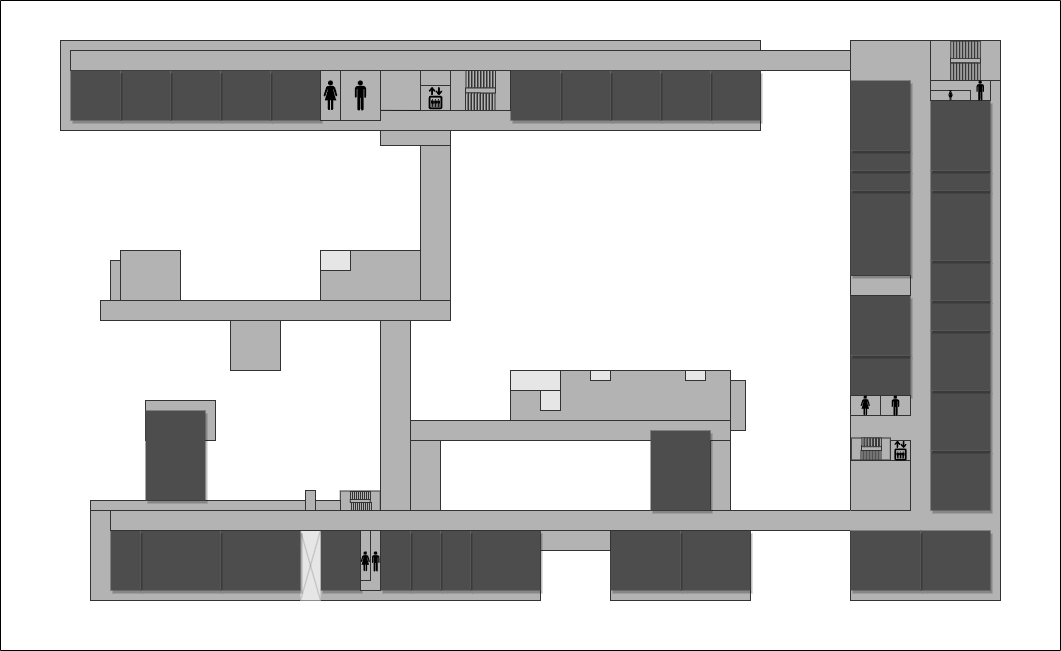
The draw.io diagram src/ask_map/images/4F.drawio.png in OMEGA-himajin/ask-map, before a commit. Source tidied: cells renumbered, new cells last; positions are measured from the earlier drawing's top-left corner, leaving out a move shared by most shapes.
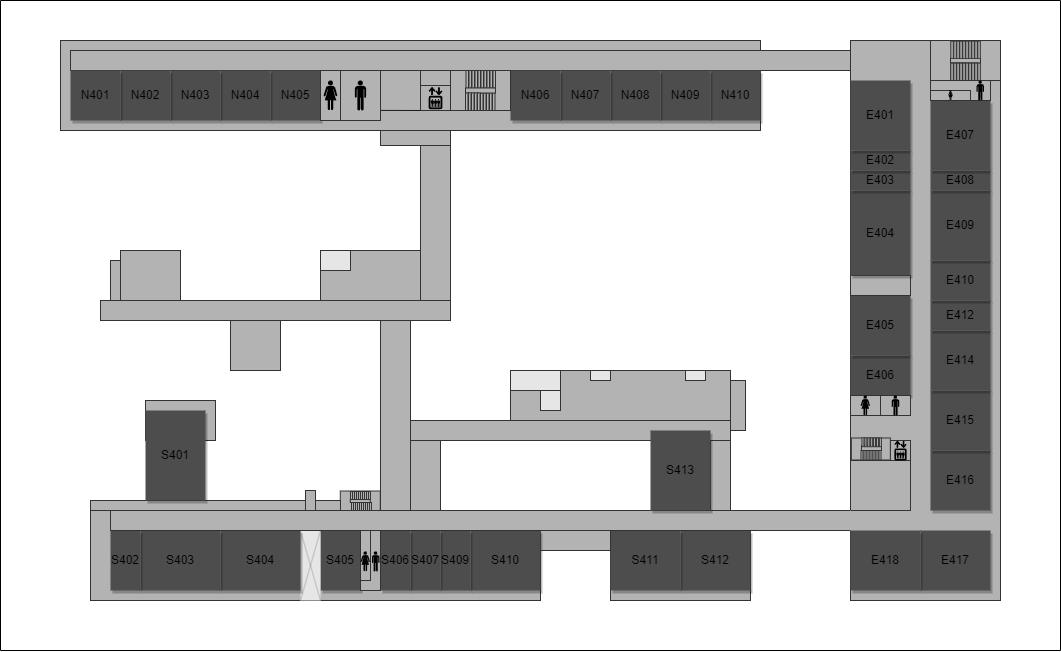
After the change.

Change to the diagram source:
```diff
@@ -41,58 +41,58 @@
     <mxCell id="14" style="rounded=0;whiteSpace=wrap;html=1;strokeColor=#333333;fillColor=#B3B3B3;" parent="1" vertex="1">
       <mxGeometry x="850" y="40" width="150" height="560" as="geometry" />
     </mxCell>
-    <mxCell id="15" style="rounded=0;whiteSpace=wrap;html=1;fillColor=#4D4D4D;strokeColor=none;shadow=1;" parent="1" vertex="1">
+    <mxCell id="15" value="E417" style="rounded=0;whiteSpace=wrap;html=1;fillColor=#4D4D4D;strokeColor=none;shadow=1;" parent="1" vertex="1">
       <mxGeometry x="920" y="530" width="70" height="60" as="geometry" />
     </mxCell>
-    <mxCell id="16" style="rounded=0;whiteSpace=wrap;html=1;fillColor=#4D4D4D;strokeColor=none;shadow=1;" parent="1" vertex="1">
+    <mxCell id="16" value="E418" style="rounded=0;whiteSpace=wrap;html=1;fillColor=#4D4D4D;strokeColor=none;shadow=1;" parent="1" vertex="1">
       <mxGeometry x="850" y="530" width="70" height="60" as="geometry" />
     </mxCell>
-    <mxCell id="17" style="rounded=0;whiteSpace=wrap;html=1;fillColor=#4D4D4D;strokeColor=none;shadow=1;" parent="1" vertex="1">
+    <mxCell id="17" value="E406" style="rounded=0;whiteSpace=wrap;html=1;fillColor=#4D4D4D;strokeColor=none;shadow=1;" parent="1" vertex="1">
       <mxGeometry x="850" y="355" width="60" height="40" as="geometry" />
     </mxCell>
-    <mxCell id="18" style="rounded=0;whiteSpace=wrap;html=1;fillColor=#4D4D4D;strokeColor=none;shadow=1;" parent="1" vertex="1">
+    <mxCell id="18" value="E416" style="rounded=0;whiteSpace=wrap;html=1;fillColor=#4D4D4D;strokeColor=none;shadow=1;" parent="1" vertex="1">
       <mxGeometry x="930" y="450" width="60" height="60" as="geometry" />
     </mxCell>
     <mxCell id="19" style="rounded=0;whiteSpace=wrap;html=1;strokeColor=#333333;fillColor=#B3B3B3;" parent="1" vertex="1">
       <mxGeometry x="850" y="460" width="60" height="50" as="geometry" />
     </mxCell>
-    <mxCell id="20" style="rounded=0;whiteSpace=wrap;html=1;fillColor=#4D4D4D;strokeColor=none;shadow=1;" parent="1" vertex="1">
+    <mxCell id="20" value="E415" style="rounded=0;whiteSpace=wrap;html=1;fillColor=#4D4D4D;strokeColor=none;shadow=1;" parent="1" vertex="1">
       <mxGeometry x="930" y="390" width="60" height="60" as="geometry" />
     </mxCell>
-    <mxCell id="21" style="rounded=0;whiteSpace=wrap;html=1;fillColor=#4D4D4D;strokeColor=none;shadow=1;" parent="1" vertex="1">
+    <mxCell id="21" value="E414" style="rounded=0;whiteSpace=wrap;html=1;fillColor=#4D4D4D;strokeColor=none;shadow=1;" parent="1" vertex="1">
       <mxGeometry x="930" y="330" width="60" height="60" as="geometry" />
     </mxCell>
-    <mxCell id="22" style="rounded=0;whiteSpace=wrap;html=1;fillColor=#4D4D4D;strokeColor=none;shadow=1;" parent="1" vertex="1">
+    <mxCell id="22" value="E405" style="rounded=0;whiteSpace=wrap;html=1;fillColor=#4D4D4D;strokeColor=none;shadow=1;" parent="1" vertex="1">
       <mxGeometry x="850" y="295" width="60" height="60" as="geometry" />
     </mxCell>
-    <mxCell id="23" style="rounded=0;whiteSpace=wrap;html=1;fillColor=#4D4D4D;strokeColor=none;shadow=1;" parent="1" vertex="1">
+    <mxCell id="23" value="E412" style="rounded=0;whiteSpace=wrap;html=1;fillColor=#4D4D4D;strokeColor=none;shadow=1;" parent="1" vertex="1">
       <mxGeometry x="930" y="300" width="60" height="30" as="geometry" />
     </mxCell>
     <mxCell id="24" style="rounded=0;whiteSpace=wrap;html=1;strokeColor=#333333;fillColor=#B3B3B3;" parent="1" vertex="1">
       <mxGeometry x="850" y="275" width="60" height="20" as="geometry" />
     </mxCell>
-    <mxCell id="25" style="rounded=0;whiteSpace=wrap;html=1;fillColor=#4D4D4D;strokeColor=none;shadow=1;" parent="1" vertex="1">
+    <mxCell id="25" value="E410" style="rounded=0;whiteSpace=wrap;html=1;fillColor=#4D4D4D;strokeColor=none;shadow=1;" parent="1" vertex="1">
       <mxGeometry x="930" y="260" width="60" height="40" as="geometry" />
     </mxCell>
-    <mxCell id="26" style="rounded=0;whiteSpace=wrap;html=1;fillColor=#4D4D4D;strokeColor=none;shadow=1;" parent="1" vertex="1">
+    <mxCell id="26" value="E404" style="rounded=0;whiteSpace=wrap;html=1;fillColor=#4D4D4D;strokeColor=none;shadow=1;" parent="1" vertex="1">
       <mxGeometry x="850" y="190" width="60" height="85" as="geometry" />
     </mxCell>
-    <mxCell id="27" style="rounded=0;whiteSpace=wrap;html=1;fillColor=#4D4D4D;strokeColor=none;shadow=1;" parent="1" vertex="1">
+    <mxCell id="27" value="E403" style="rounded=0;whiteSpace=wrap;html=1;fillColor=#4D4D4D;strokeColor=none;shadow=1;" parent="1" vertex="1">
       <mxGeometry x="850" y="170" width="60" height="20" as="geometry" />
     </mxCell>
-    <mxCell id="28" style="rounded=0;whiteSpace=wrap;html=1;fillColor=#4D4D4D;strokeColor=none;shadow=1;" parent="1" vertex="1">
+    <mxCell id="28" value="E402" style="rounded=0;whiteSpace=wrap;html=1;fillColor=#4D4D4D;strokeColor=none;shadow=1;" parent="1" vertex="1">
       <mxGeometry x="850" y="150" width="60" height="20" as="geometry" />
     </mxCell>
-    <mxCell id="29" style="rounded=0;whiteSpace=wrap;html=1;fillColor=#4D4D4D;strokeColor=none;shadow=1;direction=south;" parent="1" vertex="1">
+    <mxCell id="29" value="E409" style="rounded=0;whiteSpace=wrap;html=1;fillColor=#4D4D4D;strokeColor=none;shadow=1;direction=south;" parent="1" vertex="1">
       <mxGeometry x="930" y="190" width="60" height="70" as="geometry" />
     </mxCell>
-    <mxCell id="30" style="rounded=0;whiteSpace=wrap;html=1;fillColor=#4D4D4D;strokeColor=none;shadow=1;" parent="1" vertex="1">
+    <mxCell id="30" value="E408" style="rounded=0;whiteSpace=wrap;html=1;fillColor=#4D4D4D;strokeColor=none;shadow=1;" parent="1" vertex="1">
       <mxGeometry x="930" y="170" width="60" height="20" as="geometry" />
     </mxCell>
-    <mxCell id="31" style="rounded=0;whiteSpace=wrap;html=1;fillColor=#4D4D4D;strokeColor=none;shadow=1;" parent="1" vertex="1">
+    <mxCell id="31" value="E407" style="rounded=0;whiteSpace=wrap;html=1;fillColor=#4D4D4D;strokeColor=none;shadow=1;" parent="1" vertex="1">
       <mxGeometry x="930" y="100" width="60" height="70" as="geometry" />
     </mxCell>
-    <mxCell id="32" style="rounded=0;whiteSpace=wrap;html=1;fillColor=#4D4D4D;strokeColor=none;shadow=1;" parent="1" vertex="1">
+    <mxCell id="32" value="E401" style="rounded=0;whiteSpace=wrap;html=1;fillColor=#4D4D4D;strokeColor=none;shadow=1;" parent="1" vertex="1">
       <mxGeometry x="850" y="80" width="60" height="70" as="geometry" />
     </mxCell>
     <mxCell id="33" style="rounded=0;whiteSpace=wrap;html=1;strokeColor=#333333;fillColor=#B3B3B3;" parent="1" vertex="1">
@@ -104,10 +104,10 @@
     <mxCell id="35" style="rounded=0;whiteSpace=wrap;html=1;strokeColor=#333333;fillColor=#B3B3B3;" parent="1" vertex="1">
       <mxGeometry x="610" y="530" width="140" height="70" as="geometry" />
     </mxCell>
-    <mxCell id="36" style="rounded=0;whiteSpace=wrap;html=1;fillColor=#4D4D4D;strokeColor=none;shadow=1;" parent="1" vertex="1">
+    <mxCell id="36" value="S412" style="rounded=0;whiteSpace=wrap;html=1;fillColor=#4D4D4D;strokeColor=none;shadow=1;" parent="1" vertex="1">
       <mxGeometry x="680" y="530" width="70" height="60" as="geometry" />
     </mxCell>
-    <mxCell id="37" style="rounded=0;whiteSpace=wrap;html=1;fillColor=#4D4D4D;strokeColor=none;shadow=1;" parent="1" vertex="1">
+    <mxCell id="37" value="S411" style="rounded=0;whiteSpace=wrap;html=1;fillColor=#4D4D4D;strokeColor=none;shadow=1;" parent="1" vertex="1">
       <mxGeometry x="610" y="530" width="70" height="60" as="geometry" />
     </mxCell>
     <mxCell id="38" style="rounded=0;whiteSpace=wrap;html=1;strokeColor=#333333;fillColor=#B3B3B3;" parent="1" vertex="1">
@@ -116,19 +116,19 @@
     <mxCell id="39" style="rounded=0;whiteSpace=wrap;html=1;strokeColor=#333333;fillColor=#B3B3B3;" parent="1" vertex="1">
       <mxGeometry x="90" y="510" width="450" height="90" as="geometry" />
     </mxCell>
-    <mxCell id="40" style="rounded=0;whiteSpace=wrap;html=1;fillColor=#4D4D4D;strokeColor=none;shadow=1;" parent="1" vertex="1">
+    <mxCell id="40" value="S410" style="rounded=0;whiteSpace=wrap;html=1;fillColor=#4D4D4D;strokeColor=none;shadow=1;" parent="1" vertex="1">
       <mxGeometry x="470" y="530" width="70" height="60" as="geometry" />
     </mxCell>
-    <mxCell id="41" style="rounded=0;whiteSpace=wrap;html=1;fillColor=#4D4D4D;strokeColor=none;shadow=1;" parent="1" vertex="1">
+    <mxCell id="41" value="S409" style="rounded=0;whiteSpace=wrap;html=1;fillColor=#4D4D4D;strokeColor=none;shadow=1;" parent="1" vertex="1">
       <mxGeometry x="440" y="530" width="30" height="60" as="geometry" />
     </mxCell>
-    <mxCell id="42" style="rounded=0;whiteSpace=wrap;html=1;fillColor=#4D4D4D;strokeColor=none;shadow=1;" parent="1" vertex="1">
+    <mxCell id="42" value="S407" style="rounded=0;whiteSpace=wrap;html=1;fillColor=#4D4D4D;strokeColor=none;shadow=1;" parent="1" vertex="1">
       <mxGeometry x="410" y="530" width="30" height="60" as="geometry" />
     </mxCell>
-    <mxCell id="43" style="rounded=0;whiteSpace=wrap;html=1;fillColor=#4D4D4D;strokeColor=none;shadow=1;" parent="1" vertex="1">
+    <mxCell id="43" value="S406" style="rounded=0;whiteSpace=wrap;html=1;fillColor=#4D4D4D;strokeColor=none;shadow=1;" parent="1" vertex="1">
       <mxGeometry x="380" y="530" width="30" height="60" as="geometry" />
     </mxCell>
-    <mxCell id="44" style="rounded=0;whiteSpace=wrap;html=1;fillColor=#4D4D4D;strokeColor=none;shadow=1;" parent="1" vertex="1">
+    <mxCell id="44" value="S405" style="rounded=0;whiteSpace=wrap;html=1;fillColor=#4D4D4D;strokeColor=none;shadow=1;" parent="1" vertex="1">
       <mxGeometry x="320" y="530" width="40" height="60" as="geometry" />
     </mxCell>
     <mxCell id="45" style="rounded=0;whiteSpace=wrap;html=1;strokeColor=none;fillColor=#E6E6E6;" parent="1" vertex="1">
@@ -140,13 +140,13 @@
     <mxCell id="47" style="endArrow=none;html=1;rounded=0;entryX=1;entryY=0;entryDx=0;entryDy=0;exitX=0;exitY=1;exitDx=0;exitDy=0;strokeColor=#4D4D4D;strokeWidth=0.3;" parent="1" edge="1" source="45" target="45">
       <mxGeometry relative="1" as="geometry" />
     </mxCell>
-    <mxCell id="48" style="rounded=0;whiteSpace=wrap;html=1;fillColor=#4D4D4D;strokeColor=none;shadow=1;" parent="1" vertex="1">
+    <mxCell id="48" value="S404" style="rounded=0;whiteSpace=wrap;html=1;fillColor=#4D4D4D;strokeColor=none;shadow=1;" parent="1" vertex="1">
       <mxGeometry x="220" y="530" width="80" height="60" as="geometry" />
     </mxCell>
-    <mxCell id="49" style="rounded=0;whiteSpace=wrap;html=1;fillColor=#4D4D4D;strokeColor=none;shadow=1;" parent="1" vertex="1">
+    <mxCell id="49" value="S403" style="rounded=0;whiteSpace=wrap;html=1;fillColor=#4D4D4D;strokeColor=none;shadow=1;" parent="1" vertex="1">
       <mxGeometry x="140" y="530" width="80" height="60" as="geometry" />
     </mxCell>
-    <mxCell id="50" style="rounded=0;whiteSpace=wrap;html=1;fillColor=#4D4D4D;strokeColor=none;shadow=1;" parent="1" vertex="1">
+    <mxCell id="50" value="S402" style="rounded=0;whiteSpace=wrap;html=1;fillColor=#4D4D4D;strokeColor=none;shadow=1;" parent="1" vertex="1">
       <mxGeometry x="110" y="530" width="30" height="60" as="geometry" />
     </mxCell>
     <mxCell id="51" style="rounded=0;whiteSpace=wrap;html=1;strokeColor=#333333;fillColor=#B3B3B3;" parent="1" vertex="1">
@@ -173,7 +173,7 @@
     <mxCell id="58" style="rounded=0;whiteSpace=wrap;html=1;strokeColor=#333333;fillColor=#B3B3B3;" parent="1" vertex="1">
       <mxGeometry x="145" y="400" width="70" height="40" as="geometry" />
     </mxCell>
-    <mxCell id="59" style="rounded=0;whiteSpace=wrap;html=1;fillColor=#4D4D4D;strokeColor=none;shadow=1;" parent="1" vertex="1">
+    <mxCell id="59" value="S401" style="rounded=0;whiteSpace=wrap;html=1;fillColor=#4D4D4D;strokeColor=none;shadow=1;" parent="1" vertex="1">
       <mxGeometry x="145" y="410" width="60" height="90" as="geometry" />
     </mxCell>
     <mxCell id="60" style="rounded=0;whiteSpace=wrap;html=1;strokeColor=#333333;fillColor=#B3B3B3;" parent="1" vertex="1">
@@ -182,7 +182,7 @@
     <mxCell id="61" style="rounded=0;whiteSpace=wrap;html=1;strokeColor=#333333;fillColor=#B3B3B3;" parent="1" vertex="1">
       <mxGeometry x="410" y="420" width="320" height="20" as="geometry" />
     </mxCell>
-    <mxCell id="62" style="rounded=0;whiteSpace=wrap;html=1;fillColor=#4D4D4D;strokeColor=none;shadow=1;" parent="1" vertex="1">
+    <mxCell id="62" value="S413" style="rounded=0;whiteSpace=wrap;html=1;fillColor=#4D4D4D;strokeColor=none;shadow=1;" parent="1" vertex="1">
       <mxGeometry x="650" y="430" width="60" height="80" as="geometry" />
     </mxCell>
     <mxCell id="63" style="rounded=0;whiteSpace=wrap;html=1;strokeColor=#333333;fillColor=#B3B3B3;" parent="1" vertex="1">
@@ -227,19 +227,19 @@
     <mxCell id="76" style="rounded=0;whiteSpace=wrap;html=1;strokeColor=#333333;fillColor=#B3B3B3;" parent="74" vertex="1">
       <mxGeometry x="10" y="10" width="780" height="20" as="geometry" />
     </mxCell>
-    <mxCell id="77" style="rounded=0;whiteSpace=wrap;html=1;fillColor=#4D4D4D;strokeColor=none;shadow=1;" parent="74" vertex="1">
+    <mxCell id="77" value="N410" style="rounded=0;whiteSpace=wrap;html=1;fillColor=#4D4D4D;strokeColor=none;shadow=1;" parent="74" vertex="1">
       <mxGeometry x="650" y="30" width="50" height="50" as="geometry" />
     </mxCell>
-    <mxCell id="78" style="rounded=0;whiteSpace=wrap;html=1;fillColor=#4D4D4D;strokeColor=none;shadow=1;" parent="74" vertex="1">
+    <mxCell id="78" value="N409" style="rounded=0;whiteSpace=wrap;html=1;fillColor=#4D4D4D;strokeColor=none;shadow=1;" parent="74" vertex="1">
       <mxGeometry x="600" y="30" width="50" height="50" as="geometry" />
     </mxCell>
-    <mxCell id="79" style="rounded=0;whiteSpace=wrap;html=1;fillColor=#4D4D4D;strokeColor=none;shadow=1;" parent="74" vertex="1">
+    <mxCell id="79" value="N408" style="rounded=0;whiteSpace=wrap;html=1;fillColor=#4D4D4D;strokeColor=none;shadow=1;" parent="74" vertex="1">
       <mxGeometry x="550" y="30" width="50" height="50" as="geometry" />
     </mxCell>
-    <mxCell id="80" style="rounded=0;whiteSpace=wrap;html=1;fillColor=#4D4D4D;strokeColor=none;shadow=1;" parent="74" vertex="1">
+    <mxCell id="80" value="N407" style="rounded=0;whiteSpace=wrap;html=1;fillColor=#4D4D4D;strokeColor=none;shadow=1;" parent="74" vertex="1">
       <mxGeometry x="500" y="30" width="50" height="50" as="geometry" />
     </mxCell>
-    <mxCell id="81" style="rounded=0;whiteSpace=wrap;html=1;fillColor=#4D4D4D;strokeColor=none;shadow=1;" parent="74" vertex="1">
+    <mxCell id="81" value="N406" style="rounded=0;whiteSpace=wrap;html=1;fillColor=#4D4D4D;strokeColor=none;shadow=1;" parent="74" vertex="1">
       <mxGeometry x="450" y="30" width="50" height="50" as="geometry" />
     </mxCell>
     <mxCell id="82" style="rounded=0;whiteSpace=wrap;html=1;strokeColor=#333333;fillColor=#B3B3B3;" parent="74" vertex="1">
@@ -259,19 +259,19 @@
     <mxCell id="86" style="rounded=0;whiteSpace=wrap;html=1;strokeColor=#333333;fillColor=#B3B3B3;" parent="74" vertex="1">
       <mxGeometry x="260" y="30" width="20" height="50" as="geometry" />
     </mxCell>
-    <mxCell id="87" style="rounded=0;whiteSpace=wrap;html=1;fillColor=#4D4D4D;strokeColor=none;shadow=1;" parent="74" vertex="1">
+    <mxCell id="87" value="N405" style="rounded=0;whiteSpace=wrap;html=1;fillColor=#4D4D4D;strokeColor=none;shadow=1;" parent="74" vertex="1">
       <mxGeometry x="210" y="30" width="50" height="50" as="geometry" />
     </mxCell>
-    <mxCell id="88" style="rounded=0;whiteSpace=wrap;html=1;fillColor=#4D4D4D;strokeColor=none;shadow=1;" parent="74" vertex="1">
+    <mxCell id="88" value="N404" style="rounded=0;whiteSpace=wrap;html=1;fillColor=#4D4D4D;strokeColor=none;shadow=1;" parent="74" vertex="1">
       <mxGeometry x="160" y="30" width="50" height="50" as="geometry" />
     </mxCell>
-    <mxCell id="89" style="rounded=0;whiteSpace=wrap;html=1;fillColor=#4D4D4D;strokeColor=none;shadow=1;" parent="74" vertex="1">
+    <mxCell id="89" value="N403" style="rounded=0;whiteSpace=wrap;html=1;fillColor=#4D4D4D;strokeColor=none;shadow=1;" parent="74" vertex="1">
       <mxGeometry x="110" y="30" width="50" height="50" as="geometry" />
     </mxCell>
-    <mxCell id="90" style="rounded=0;whiteSpace=wrap;html=1;fillColor=#4D4D4D;strokeColor=none;shadow=1;" parent="74" vertex="1">
+    <mxCell id="90" value="N402" style="rounded=0;whiteSpace=wrap;html=1;fillColor=#4D4D4D;strokeColor=none;shadow=1;" parent="74" vertex="1">
       <mxGeometry x="60" y="30" width="50" height="50" as="geometry" />
     </mxCell>
-    <mxCell id="91" style="rounded=0;whiteSpace=wrap;html=1;fillColor=#4D4D4D;strokeColor=none;shadow=1;" parent="74" vertex="1">
+    <mxCell id="91" value="N401" style="rounded=0;whiteSpace=wrap;html=1;fillColor=#4D4D4D;strokeColor=none;shadow=1;" parent="74" vertex="1">
       <mxGeometry x="10" y="30" width="50" height="50" as="geometry" />
     </mxCell>
     <mxCell id="92" style="rounded=0;whiteSpace=wrap;html=1;strokeColor=#333333;fillColor=#B3B3B3;" parent="74" vertex="1">
```
